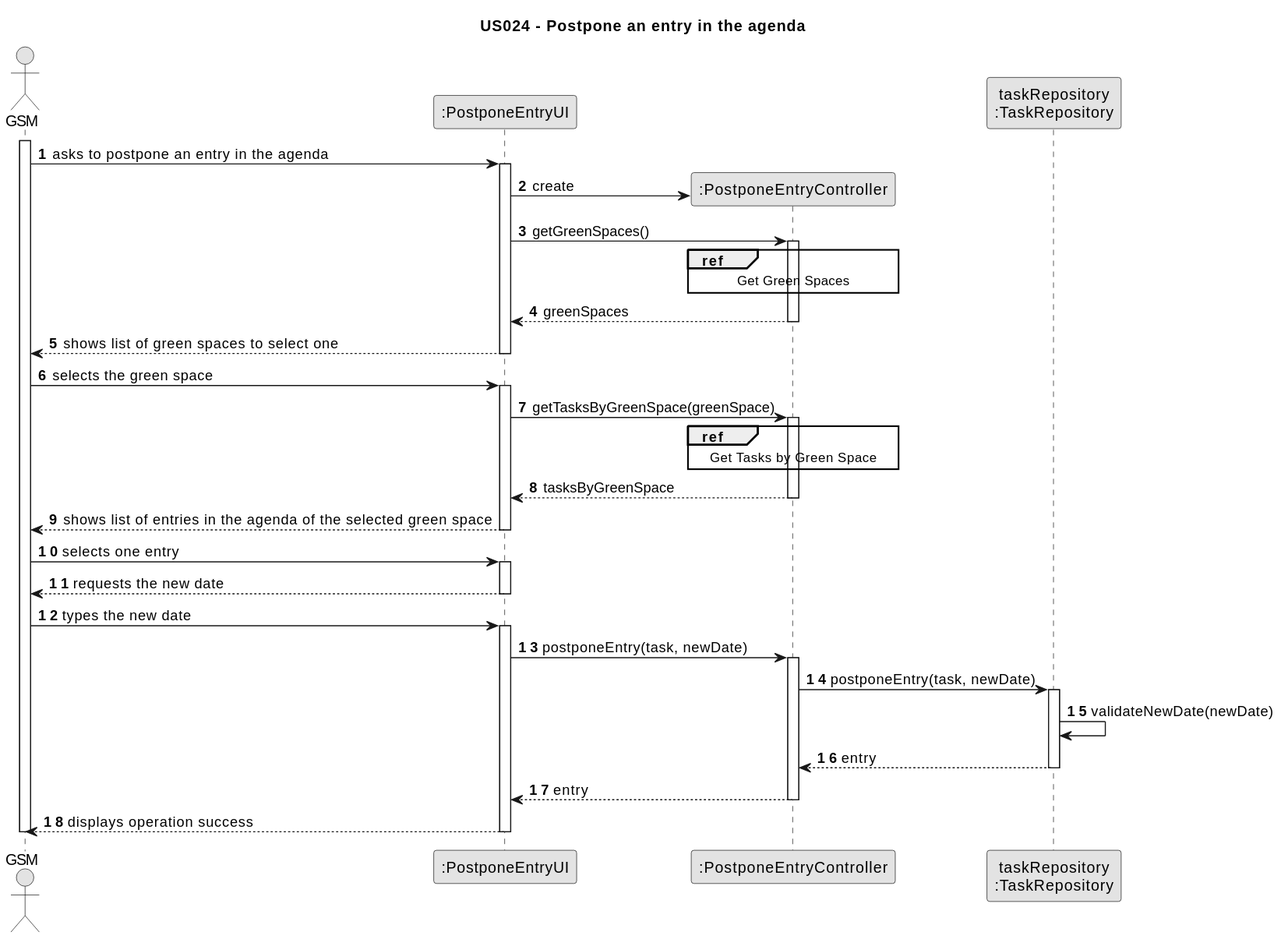
Above: docs/sprintC/us024/03.design/svg/us024-sequence-diagram-split.svg in Departamento-de-Engenharia-Informatica/lei-24-s2-1dm-g132 (PlantUML), before the change.
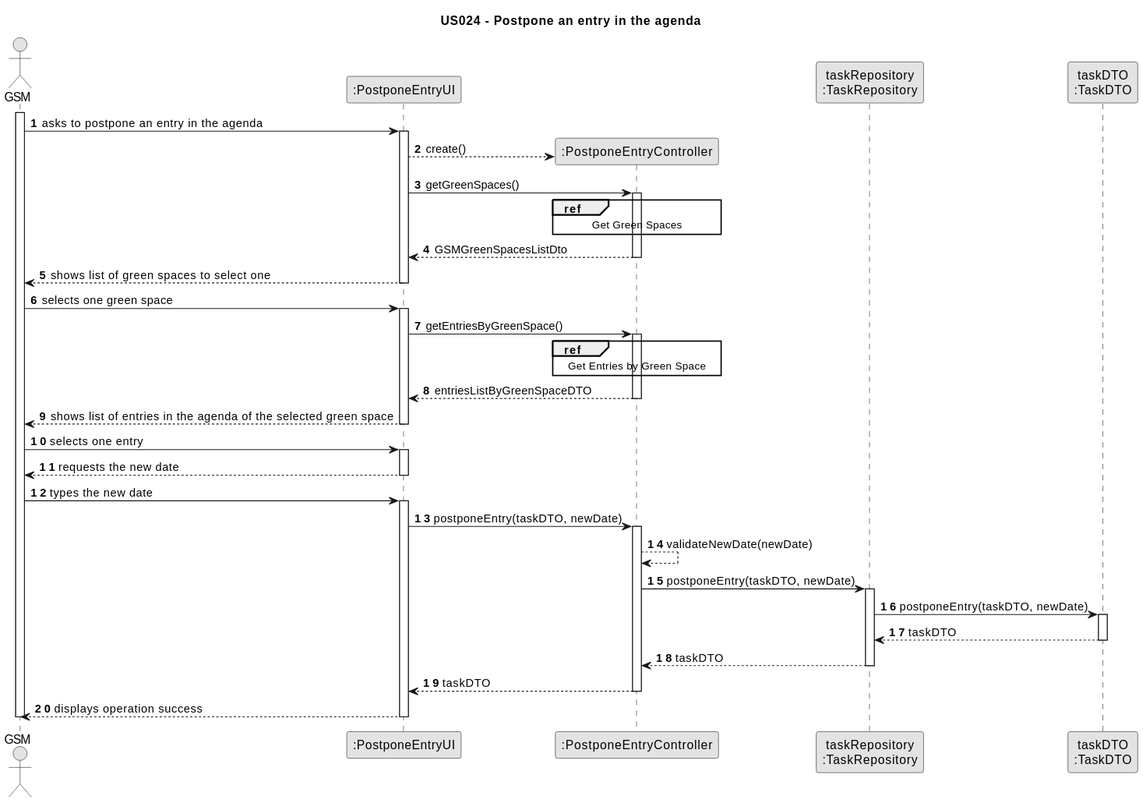
Later version of the same file.

Change to the diagram source:
```diff
@@ -11,39 +11,40 @@
 participant ":PostponeEntryUI" as UI
 participant ":PostponeEntryController" as CTRL
 participant "taskRepository\n:TaskRepository" as TaskRepository
+participant "taskDTO\n:TaskDTO" as TaskDTO
+
 
 activate Employee
 
     Employee -> UI : asks to postpone an entry in the agenda
     activate UI
 
-    UI -> CTRL** : create
+    UI --> CTRL** : create()
+    UI -> CTRL : getGreenSpaces()
+    activate CTRL
 
-                UI -> CTRL : getGreenSpaces()
-                activate CTRL
+    ref over CTRL
+        Get Green Spaces
+    end ref
 
-                    ref over CTRL
-                        Get Green Spaces
-                    end
-
-                    CTRL --> UI : greenSpaces
-                deactivate CTRL
+    CTRL --> UI : GSMGreenSpacesListDto
+    deactivate CTRL
 
     UI --> Employee : shows list of green spaces to select one
     deactivate UI
 
-    Employee -> UI : selects the green space
+    Employee -> UI : selects one green space
     activate UI
 
-        UI -> CTRL : getTasksByGreenSpace(greenSpace)
-        activate CTRL
+    UI -> CTRL : getEntriesByGreenSpace()
+    activate CTRL
 
-            ref over CTRL
-               Get Tasks by Green Space
-            end
+    ref over CTRL
+        Get Entries by Green Space
+    end ref
 
-            CTRL --> UI : tasksByGreenSpace
-        deactivate CTRL
+    CTRL --> UI : entriesListByGreenSpaceDTO
+    deactivate CTRL
 
     UI --> Employee : shows list of entries in the agenda of the selected green space
     deactivate UI
@@ -57,18 +58,23 @@
     Employee -> UI : types the new date
     activate UI
 
-    UI -> CTRL : postponeEntry(task, newDate)
+    UI -> CTRL : postponeEntry(taskDTO, newDate)
     activate CTRL
 
-    CTRL -> TaskRepository : postponeEntry(task, newDate)
+    CTRL --> CTRL : validateNewDate(newDate)
+    CTRL -> TaskRepository : postponeEntry(taskDTO, newDate)
     activate TaskRepository
 
-    TaskRepository -> TaskRepository : validateNewDate(newDate)
+    TaskRepository -> TaskDTO : postponeEntry(taskDTO, newDate)
+    activate TaskDTO
 
-    TaskRepository --> CTRL : entry
+    TaskDTO --> TaskRepository : taskDTO
+    deactivate TaskDTO
+
+    TaskRepository --> CTRL : taskDTO
     deactivate TaskRepository
 
-    CTRL --> UI : entry
+    CTRL --> UI : taskDTO
     deactivate CTRL
 
     UI --> Employee : displays operation success
```
